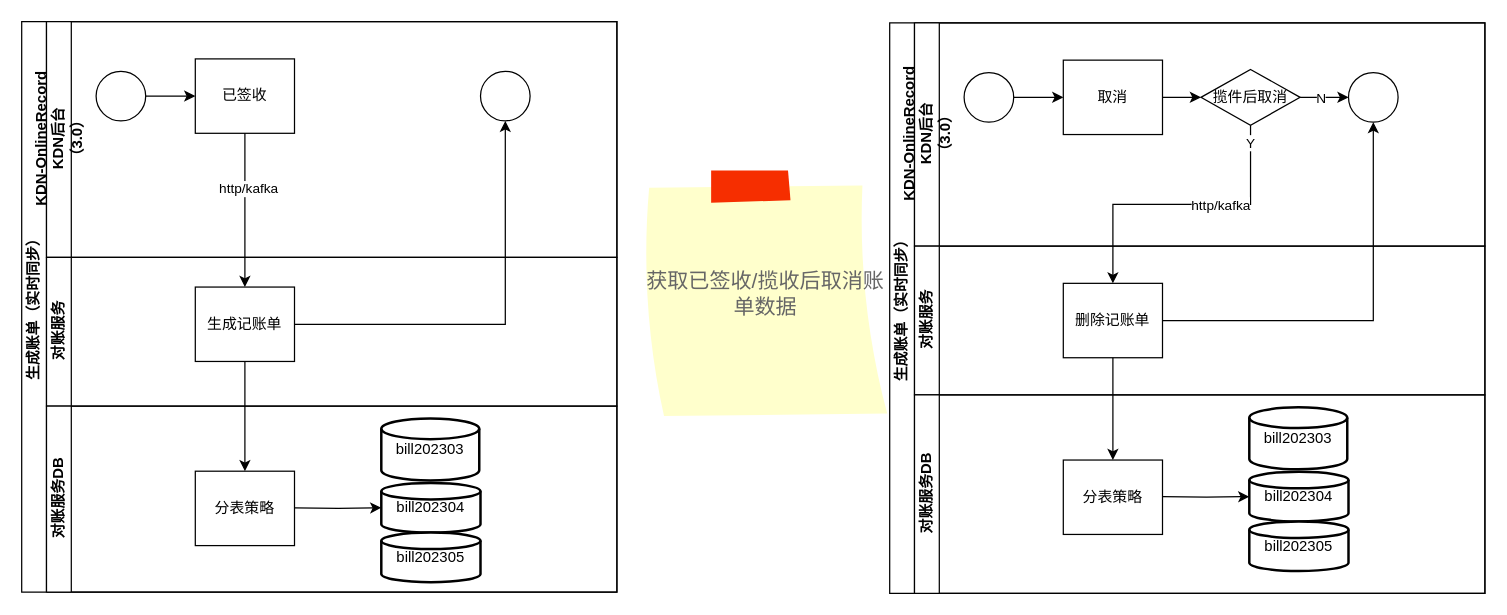
Before: page "账单同步" (1 of 3) of 渠道对账.drawio in unclequentin/diagrams, a draw.io diagram. Source tidied: cells renumbered, new cells numbered last; positions are measured from the earlier drawing's top-left corner, leaving out a move shared by most shapes. Both pictures are drawn from the tidied source at 124%, with x=0, y=0 at pixel (21, 21).
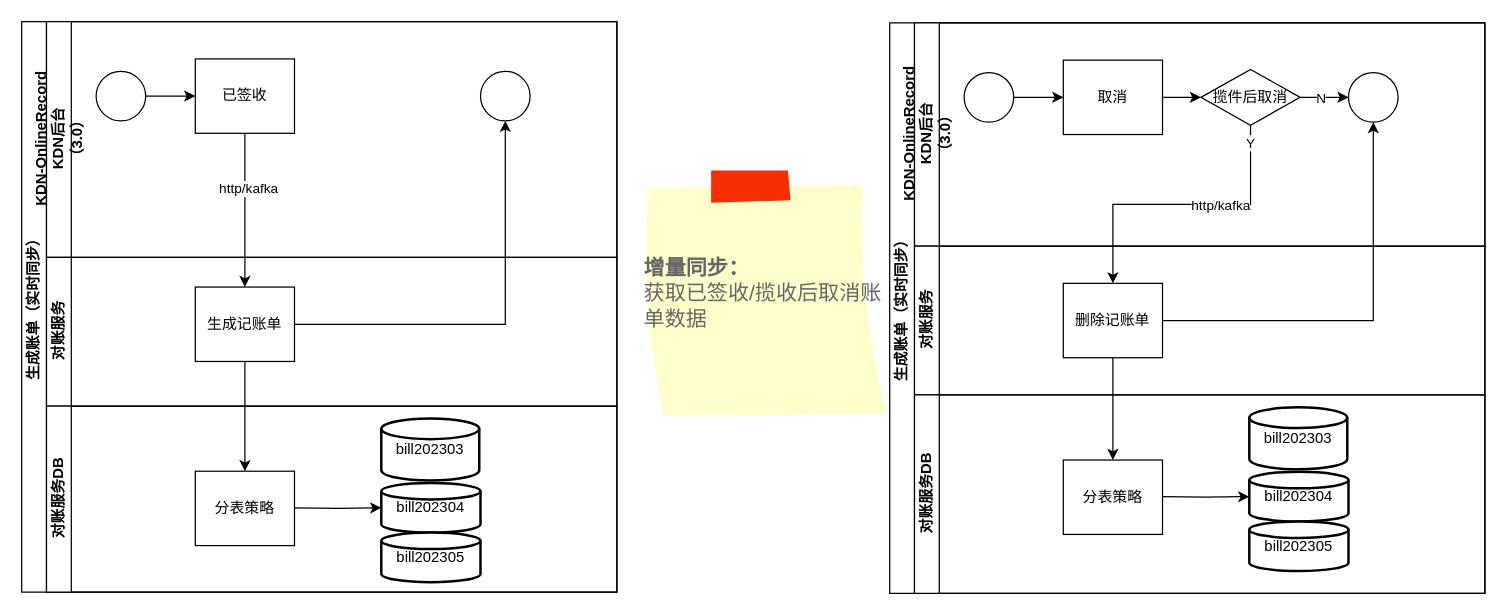
Above is the later version.

What changed in the source:
```diff
@@
-    <mxCell id="43" value="获取已签收/揽收后取消账单数据" style="strokeWidth=1;shadow=0;dashed=0;align=center;html=1;shape=mxgraph.mockup.text.stickyNote2;fontColor=#666666;mainText=;fontSize=17;whiteSpace=wrap;fillColor=#ffffcc;strokeColor=#F62E00;" parent="1" vertex="1">
+    <mxCell id="43" value="&lt;div style=&quot;&quot;&gt;&lt;span style=&quot;background-color: initial;&quot;&gt;&lt;b&gt;增量同步：&lt;/b&gt;&lt;/span&gt;&lt;/div&gt;获取已签收/揽收后取消账单数据" style="strokeWidth=1;shadow=0;dashed=0;align=left;html=1;shape=mxgraph.mockup.text.stickyNote2;fontColor=#666666;mainText=;fontSize=17;whiteSpace=wrap;fillColor=#ffffcc;strokeColor=#F62E00;" parent="1" vertex="1">
       <mxGeometry x="500" y="120" width="200" height="200" as="geometry" />
     </mxCell>
```
